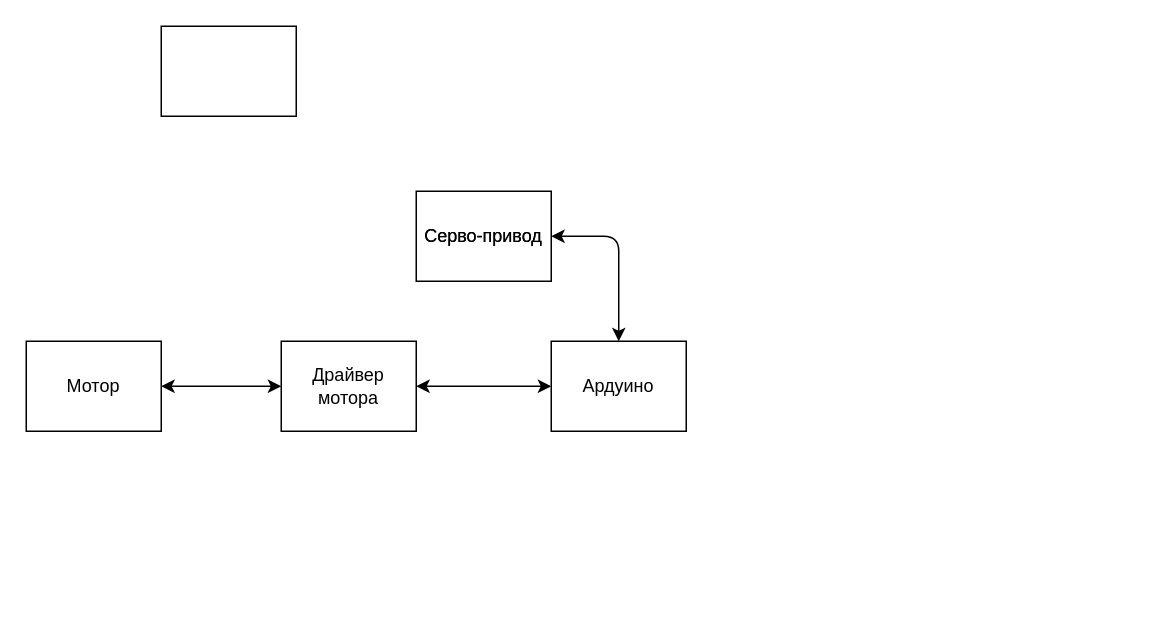
Earlier version of the draw.io diagram Untitled Diagram.drawio (TheEnderOfficial/ArduinoDay-2021). Source tidied: cells renumbered, new cells numbered last; positions are measured from the earlier drawing's top-left corner, leaving out a move shared by most shapes. Both pictures are drawn from the tidied source at 150%, with x=0, y=0 at pixel (26, 26).
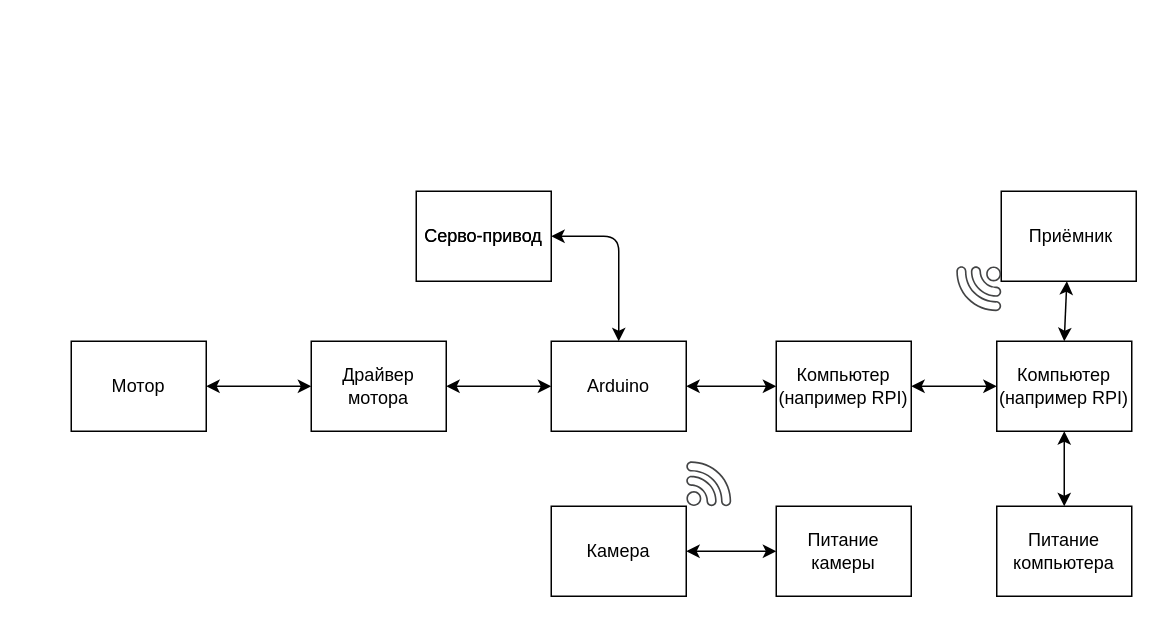
Above is the later version.

Change to the diagram source:
```diff
@@
-    <mxCell id="6" value="Ардуино" style="text;html=1;strokeColor=none;fillColor=none;align=center;verticalAlign=middle;whiteSpace=wrap;rounded=0;" parent="1" vertex="1">
+    <mxCell id="6" value="Arduino" style="text;html=1;strokeColor=none;fillColor=none;align=center;verticalAlign=middle;whiteSpace=wrap;rounded=0;" parent="1" vertex="1">
       <mxGeometry x="350" y="210" width="90" height="60" as="geometry" />
     </mxCell>
     <mxCell id="7" style="rounded=0;whiteSpace=wrap;html=1;" parent="1" vertex="1">
-      <mxGeometry x="90" width="90" height="60" as="geometry" />
+      <mxGeometry x="190" y="210" width="90" height="60" as="geometry" />
     </mxCell>
-    <mxCell id="8" style="rounded=0;whiteSpace=wrap;html=1;" parent="1" vertex="1">
-      <mxGeometry x="170" y="210" width="90" height="60" as="geometry" />
-    </mxCell>
     <mxCell id="9" value="Драйвер мотора" style="text;html=1;strokeColor=none;fillColor=none;align=center;verticalAlign=middle;whiteSpace=wrap;rounded=0;" parent="1" vertex="1">
-      <mxGeometry x="170" y="210" width="90" height="60" as="geometry" />
+      <mxGeometry x="190" y="210" width="90" height="60" as="geometry" />
     </mxCell>
@@
-    <mxCell id="11" style="endArrow=classic;startArrow=classic;html=1;exitX=1;exitY=0.5;exitDx=0;exitDy=0;entryX=0;entryY=0.5;entryDx=0;entryDy=0;" parent="1" edge="1" source="9" target="6">
-      <mxGeometry relative="1" as="geometry" />
-    </mxCell>
     <mxCell id="12" style="rounded=0;whiteSpace=wrap;html=1;" parent="1" vertex="1">
-      <mxGeometry y="210" width="90" height="60" as="geometry" />
+      <mxGeometry x="30" y="210" width="90" height="60" as="geometry" />
     </mxCell>
-    <mxCell id="13" style="endArrow=classic;startArrow=classic;html=1;exitX=1;exitY=0.5;exitDx=0;exitDy=0;entryX=0;entryY=0.5;entryDx=0;entryDy=0;" parent="1" edge="1" source="12" target="9">
-      <mxGeometry relative="1" as="geometry" />
-    </mxCell>
     <mxCell id="14" value="Мотор" style="text;html=1;strokeColor=none;fillColor=none;align=center;verticalAlign=middle;whiteSpace=wrap;rounded=0;" parent="1" vertex="1">
-      <mxGeometry y="210" width="90" height="60" as="geometry" />
+      <mxGeometry x="30" y="210" width="90" height="60" as="geometry" />
     </mxCell>
+    <mxCell id="15" style="rounded=0;whiteSpace=wrap;html=1;" parent="1" vertex="1">
+      <mxGeometry x="350" y="320" width="90" height="60" as="geometry" />
+    </mxCell>
+    <mxCell id="16" value="Камера" style="text;html=1;strokeColor=none;fillColor=none;align=center;verticalAlign=middle;whiteSpace=wrap;rounded=0;" parent="1" vertex="1">
+      <mxGeometry x="350" y="320" width="90" height="60" as="geometry" />
+    </mxCell>
+    <mxCell id="17" value="Питание камеры" style="rounded=0;whiteSpace=wrap;html=1;" parent="1" vertex="1">
+      <mxGeometry x="500" y="320" width="90" height="60" as="geometry" />
+    </mxCell>
+    <mxCell id="18" style="endArrow=classic;startArrow=classic;html=1;exitX=1;exitY=0.5;exitDx=0;exitDy=0;entryX=0;entryY=0.5;entryDx=0;entryDy=0;" parent="1" edge="1" source="16" target="17">
+      <mxGeometry relative="1" as="geometry" />
+    </mxCell>
+    <mxCell id="19" value="Компьютер (например RPI)" style="rounded=0;whiteSpace=wrap;html=1;" parent="1" vertex="1">
+      <mxGeometry x="500" y="210" width="90" height="60" as="geometry" />
+    </mxCell>
+    <mxCell id="20" style="endArrow=classic;startArrow=classic;html=1;exitX=1;exitY=0.5;exitDx=0;exitDy=0;entryX=0;entryY=0.5;entryDx=0;entryDy=0;" parent="1" edge="1" source="6" target="19">
+      <mxGeometry relative="1" as="geometry" />
+    </mxCell>
+    <mxCell id="21" value="Компьютер (например RPI)" style="rounded=0;whiteSpace=wrap;html=1;" parent="1" vertex="1">
+      <mxGeometry x="647" y="210" width="90" height="60" as="geometry" />
+    </mxCell>
+    <mxCell id="22" style="endArrow=classic;startArrow=classic;html=1;exitX=0;exitY=0.5;exitDx=0;exitDy=0;entryX=1;entryY=0.5;entryDx=0;entryDy=0;" parent="1" edge="1" source="9" target="14">
+      <mxGeometry relative="1" as="geometry" />
+    </mxCell>
+    <mxCell id="23" style="endArrow=classic;startArrow=classic;html=1;exitX=1;exitY=0.5;exitDx=0;exitDy=0;entryX=0;entryY=0.5;entryDx=0;entryDy=0;" parent="1" edge="1" source="19" target="21">
+      <mxGeometry relative="1" as="geometry" />
+    </mxCell>
+    <mxCell id="24" style="endArrow=classic;startArrow=classic;html=1;entryX=0;entryY=0.5;entryDx=0;entryDy=0;exitX=1;exitY=0.5;exitDx=0;exitDy=0;" parent="1" edge="1" source="7" target="6">
+      <mxGeometry relative="1" as="geometry" />
+    </mxCell>
+    <mxCell id="25" style="rounded=0;whiteSpace=wrap;html=1;" parent="1" vertex="1">
+      <mxGeometry x="647" y="320" width="90" height="60" as="geometry" />
+    </mxCell>
+    <mxCell id="26" value="Питание компьютера" style="text;html=1;strokeColor=none;fillColor=none;align=center;verticalAlign=middle;whiteSpace=wrap;rounded=0;" parent="1" vertex="1">
+      <mxGeometry x="647" y="320" width="90" height="60" as="geometry" />
+    </mxCell>
+    <mxCell id="27" style="endArrow=classic;startArrow=classic;html=1;exitX=0.5;exitY=0;exitDx=0;exitDy=0;entryX=0.5;entryY=1;entryDx=0;entryDy=0;" parent="1" edge="1" source="26" target="21">
+      <mxGeometry relative="1" as="geometry" />
+    </mxCell>
+    <mxCell id="28" style="rounded=0;whiteSpace=wrap;html=1;" parent="1" vertex="1">
+      <mxGeometry x="650" y="110" width="90" height="60" as="geometry" />
+    </mxCell>
+    <mxCell id="29" style="shadow=0;dashed=0;html=1;strokeColor=none;fillColor=#434445;labelPosition=center;verticalLabelPosition=bottom;verticalAlign=top;align=center;shape=mxgraph.vvd.wi_fi;" parent="1" vertex="1">
+      <mxGeometry x="440" y="290" width="30" height="30" as="geometry" />
+    </mxCell>
+    <mxCell id="30" style="shadow=0;dashed=0;html=1;strokeColor=none;fillColor=#434445;labelPosition=center;verticalLabelPosition=bottom;verticalAlign=top;align=center;shape=mxgraph.vvd.wi_fi;direction=west;" parent="1" vertex="1">
+      <mxGeometry x="620" y="160" width="30" height="30" as="geometry" />
+    </mxCell>
+    <mxCell id="31" value="&amp;nbsp;Приёмник" style="text;html=1;strokeColor=none;fillColor=none;align=center;verticalAlign=middle;whiteSpace=wrap;rounded=0;" parent="1" vertex="1">
+      <mxGeometry x="650" y="110" width="90" height="60" as="geometry" />
+    </mxCell>
+    <mxCell id="32" style="endArrow=classic;startArrow=classic;html=1;exitX=0.5;exitY=0;exitDx=0;exitDy=0;" parent="1" edge="1" source="21" target="31">
+      <mxGeometry relative="1" as="geometry" />
+    </mxCell>
```
